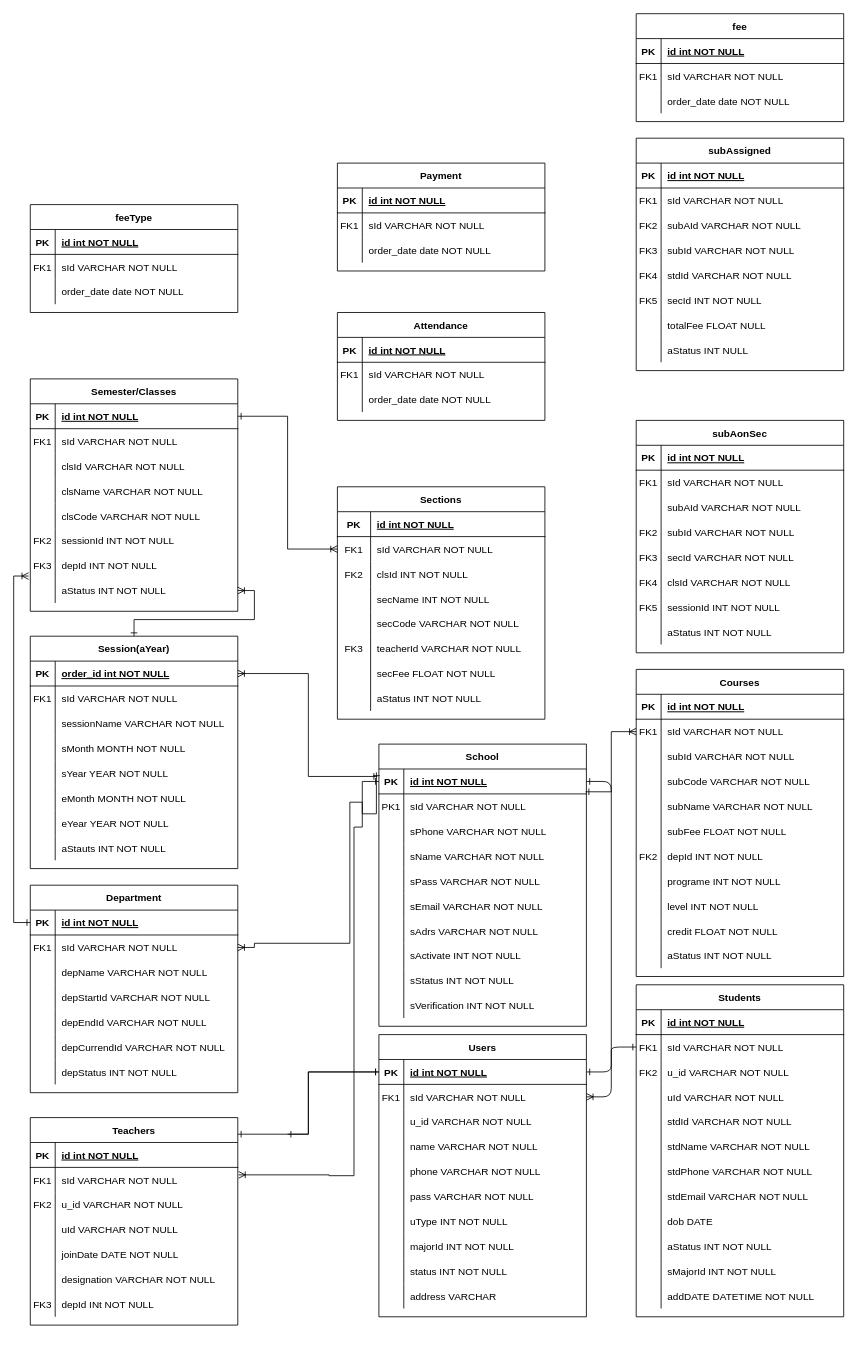
Before: Untitled Diagram.drawio in FF-Practice/FF_0, a draw.io diagram. Source tidied: cells renumbered, new cells numbered last; positions are measured from the earlier drawing's top-left corner, leaving out a move shared by most shapes. Both pictures are drawn from the tidied source at 83%, with x=0, y=0 at pixel (13, 13).
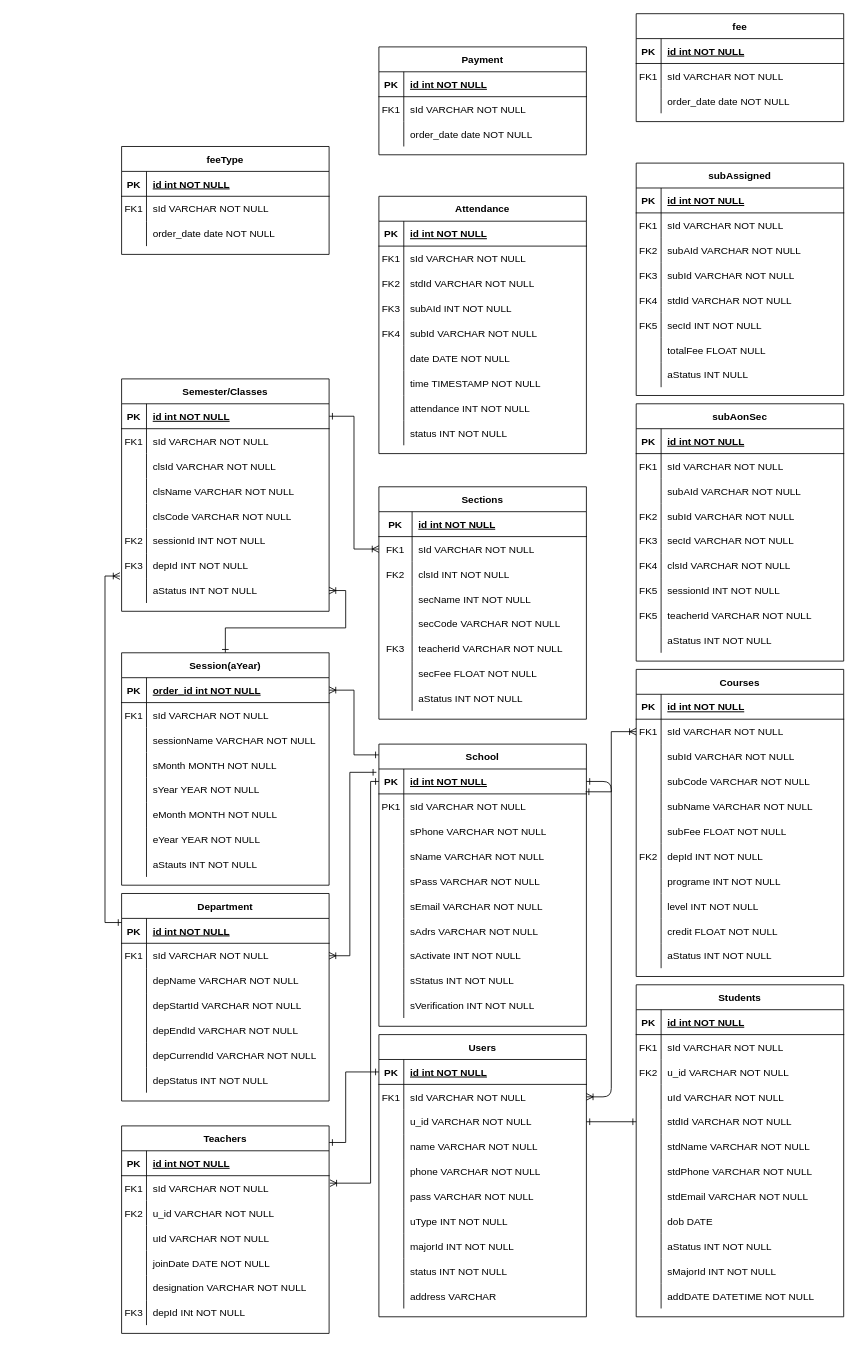
Above is the later version.

Unchanged cells that the change refers to:
```xml
<mxCell id="5" style="shape=partialRectangle;fillColor=none;points=[[0,0.5],[1,0.5]];portConstraint=eastwest;top=0;left=0;right=0;bottom=1;" parent="4" vertex="1">
  <mxGeometry y="30" width="250" height="30" as="geometry" />
</mxCell>
<mxCell id="11" style="shape=partialRectangle;fillColor=none;points=[[0,0.5],[1,0.5]];portConstraint=eastwest;top=0;left=0;right=0;bottom=0;" parent="4" vertex="1">
  <mxGeometry y="90" width="250" height="30" as="geometry" />
</mxCell>
<mxCell id="39" style="shape=partialRectangle;fillColor=none;points=[[0,0.5],[1,0.5]];portConstraint=eastwest;top=0;left=0;right=0;bottom=0;" parent="35" vertex="1">
  <mxGeometry y="60" width="250" height="30" as="geometry" />
</mxCell>
<mxCell id="48" style="shape=partialRectangle;fillColor=none;points=[[0,0.5],[1,0.5]];portConstraint=eastwest;top=0;left=0;right=0;bottom=0;" parent="35" vertex="1">
  <mxGeometry y="150" width="250" height="30" as="geometry" />
</mxCell>
<mxCell id="77" style="shape=partialRectangle;fillColor=none;points=[[0,0.5],[1,0.5]];portConstraint=eastwest;top=0;left=0;right=0;bottom=0;" parent="73" vertex="1">
  <mxGeometry y="60" width="250" height="30" as="geometry" />
</mxCell>
<mxCell id="97" style="shape=partialRectangle;fillColor=none;points=[[0,0.5],[1,0.5]];portConstraint=eastwest;top=0;left=0;right=0;bottom=1;" parent="96" vertex="1">
  <mxGeometry y="30" width="250" height="30" as="geometry" />
</mxCell>
<mxCell id="100" style="shape=partialRectangle;fillColor=none;points=[[0,0.5],[1,0.5]];portConstraint=eastwest;top=0;left=0;right=0;bottom=0;" parent="96" vertex="1">
  <mxGeometry y="60" width="250" height="30" as="geometry" />
</mxCell>
<mxCell id="120" style="shape=partialRectangle;fillColor=none;points=[[0,0.5],[1,0.5]];portConstraint=eastwest;top=0;left=0;right=0;bottom=1;" parent="119" vertex="1">
  <mxGeometry y="30" width="250" height="30" as="geometry" />
</mxCell>
<mxCell id="168" style="shape=partialRectangle;fillColor=none;points=[[0,0.5],[1,0.5]];portConstraint=eastwest;top=0;left=0;right=0;bottom=0;" parent="146" vertex="1">
  <mxGeometry y="240" width="250" height="30" as="geometry" />
</mxCell>
<mxCell id="307" style="shape=partialRectangle;fillColor=none;top=0;left=0;right=0;bottom=0;" parent="300" vertex="1">
  <mxGeometry y="90" width="250" height="30" as="geometry" />
</mxCell>
<mxCell id="321" value="School" style="shape=table;startSize=30;childLayout=tableLayout;rowLines=0;fontStyle=1;align=center;" parent="1" vertex="1">
  <mxGeometry x="440" y="880" width="250" height="340" as="geometry" />
</mxCell>
<mxCell id="322" style="shape=partialRectangle;fillColor=none;points=[[0,0.5],[1,0.5]];portConstraint=eastwest;top=0;left=0;right=0;bottom=1;" parent="321" vertex="1">
  <mxGeometry y="30" width="250" height="30" as="geometry" />
</mxCell>
```

Change to the diagram source:
```diff
@@
-    <mxCell id="3" style="edgeStyle=entityRelationEdgeStyle;endArrow=ERone;startArrow=ERone;endFill=0;startFill=0;" parent="1" edge="1" source="5" target="39">
-      <mxGeometry relative="1" as="geometry">
-        <Array as="points">
-          <mxPoint x="710" y="1240" />
-        </Array>
-      </mxGeometry>
-    </mxCell>
@@
     <mxCell id="72" style="edgeStyle=orthogonalEdgeStyle;rounded=0;jettySize=auto;html=1;entryX=0;entryY=0.5;entryDx=0;entryDy=0;endArrow=ERone;endFill=0;startArrow=ERoneToMany;startFill=0;exitX=1.004;exitY=0.3;exitDx=0;exitDy=0;exitPerimeter=0;" parent="1" edge="1" source="77" target="322">
       <mxGeometry relative="1" as="geometry">
         <Array as="points">
-          <mxPoint x="380" y="1399" />
-          <mxPoint x="380" y="1400" />
-          <mxPoint x="410" y="1400" />
-          <mxPoint x="410" y="980" />
-          <mxPoint x="420" y="980" />
-          <mxPoint x="420" y="925" />
+          <mxPoint x="430" y="1409" />
+          <mxPoint x="430" y="925" />
         </Array>
       </mxGeometry>
     </mxCell>
     <mxCell id="73" value="Teachers" style="shape=table;startSize=30;childLayout=tableLayout;rowLines=0;fontStyle=1;align=center;" parent="1" vertex="1">
-      <mxGeometry x="20" y="1330" width="250" height="250" as="geometry" />
+      <mxGeometry x="130" y="1340" width="250" height="250" as="geometry" />
     </mxCell>
@@
-    <mxCell id="95" style="edgeStyle=orthogonalEdgeStyle;rounded=0;jettySize=auto;html=1;endArrow=ERone;endFill=0;startArrow=ERone;startFill=0;" parent="1" edge="1" source="5">
-      <mxGeometry relative="1" as="geometry">
-        <mxPoint x="330" y="1350" as="targetPoint" />
-        <Array as="points">
-          <mxPoint x="355" y="1275" />
-          <mxPoint x="355" y="1350" />
-        </Array>
-      </mxGeometry>
-    </mxCell>
     <mxCell id="96" value="Department" style="shape=table;startSize=30;childLayout=tableLayout;rowLines=0;fontStyle=1;align=center;" parent="1" vertex="1">
-      <mxGeometry x="20" y="1050" width="250" height="250" as="geometry" />
+      <mxGeometry x="130" y="1060" width="250" height="250" as="geometry" />
     </mxCell>
@@
     <mxCell id="119" value="Session(aYear)" style="shape=table;startSize=30;childLayout=tableLayout;rowLines=0;fontStyle=1;align=center;" parent="1" vertex="1">
-      <mxGeometry x="20" y="750" width="250" height="280" as="geometry" />
+      <mxGeometry x="130" y="770" width="250" height="280" as="geometry" />
     </mxCell>
@@
     <mxCell id="144" style="edgeStyle=orthogonalEdgeStyle;rounded=0;jettySize=auto;html=1;entryX=-0.012;entryY=0.133;entryDx=0;entryDy=0;entryPerimeter=0;endArrow=ERone;endFill=0;startArrow=ERoneToMany;startFill=0;exitX=1;exitY=0.5;exitDx=0;exitDy=0;" parent="1" edge="1" source="100" target="322">
       <mxGeometry relative="1" as="geometry">
         <Array as="points">
-          <mxPoint x="290" y="1125" />
-          <mxPoint x="290" y="1120" />
-          <mxPoint x="405" y="1120" />
-          <mxPoint x="405" y="950" />
-          <mxPoint x="420" y="950" />
-          <mxPoint x="420" y="964" />
-          <mxPoint x="437" y="964" />
+          <mxPoint x="405" y="1135" />
+          <mxPoint x="405" y="914" />
         </Array>
       </mxGeometry>
     </mxCell>
-    <mxCell id="145" style="edgeStyle=orthogonalEdgeStyle;rounded=0;jettySize=auto;html=1;entryX=-0.008;entryY=0.3;entryDx=0;entryDy=0;entryPerimeter=0;endArrow=ERone;endFill=0;startArrow=ERoneToMany;startFill=0;" parent="1" edge="1" source="120" target="322">
-      <mxGeometry relative="1" as="geometry" />
+    <mxCell id="145" style="edgeStyle=orthogonalEdgeStyle;rounded=0;jettySize=auto;html=1;endArrow=ERone;endFill=0;startArrow=ERoneToMany;startFill=0;" parent="1" edge="1" source="120" target="321">
+      <mxGeometry relative="1" as="geometry">
+        <Array as="points">
+          <mxPoint x="410" y="815" />
+          <mxPoint x="410" y="893" />
+        </Array>
+      </mxGeometry>
     </mxCell>
     <mxCell id="146" value="Semester/Classes" style="shape=table;startSize=30;childLayout=tableLayout;rowLines=0;fontStyle=1;align=center;" parent="1" vertex="1">
-      <mxGeometry x="20" y="440" width="250" height="280" as="geometry" />
+      <mxGeometry x="130" y="440" width="250" height="280" as="geometry" />
     </mxCell>
@@
     <mxCell id="171" value="Sections" style="shape=table;startSize=30;childLayout=tableLayout;rowLines=0;fontStyle=1;align=center;" parent="1" vertex="1">
-      <mxGeometry x="390" y="570" width="250" height="280" as="geometry" />
+      <mxGeometry x="440" y="570" width="250" height="280" as="geometry" />
     </mxCell>
@@
     <mxCell id="196" value="subAonSec" style="shape=table;startSize=30;childLayout=tableLayout;rowLines=0;fontStyle=1;align=center;" parent="1" vertex="1">
-      <mxGeometry x="750" y="490" width="250" height="280" as="geometry" />
+      <mxGeometry x="750" y="470" width="250" height="310" as="geometry" />
     </mxCell>
@@
+    <mxCell id="355" style="shape=partialRectangle;fillColor=none;top=0;left=0;right=0;bottom=0;" parent="196" vertex="1">
+      <mxGeometry y="240" width="250" height="30" as="geometry" />
+    </mxCell>
+    <mxCell id="356" value="FK5" style="shape=partialRectangle;overflow=hidden;fillColor=none;top=0;left=0;bottom=0;right=0;" parent="355" vertex="1">
+      <mxGeometry width="30" height="30" as="geometry" />
+    </mxCell>
+    <mxCell id="357" value="teacherId VARCHAR NOT NULL" style="shape=partialRectangle;overflow=hidden;fillColor=none;top=0;left=0;bottom=0;right=0;align=left;spacingLeft=6;" parent="355" vertex="1">
+      <mxGeometry x="30" width="220" height="30" as="geometry" />
+    </mxCell>
     <mxCell id="218" style="shape=partialRectangle;fillColor=none;top=0;left=0;right=0;bottom=0;" parent="196" vertex="1">
-      <mxGeometry y="240" width="250" height="30" as="geometry" />
+      <mxGeometry y="270" width="250" height="30" as="geometry" />
     </mxCell>
@@
     <mxCell id="255" value="subAssigned" style="shape=table;startSize=30;childLayout=tableLayout;rowLines=0;fontStyle=1;align=center;" parent="1" vertex="1">
-      <mxGeometry x="750" y="150" width="250" height="280" as="geometry" />
+      <mxGeometry x="750" y="180" width="250" height="280" as="geometry" />
     </mxCell>
@@
     <mxCell id="280" value="Payment" style="shape=table;startSize=30;childLayout=tableLayout;rowLines=0;fontStyle=1;align=center;" parent="1" vertex="1">
-      <mxGeometry x="390" y="180" width="250" height="130" as="geometry" />
+      <mxGeometry x="440" y="40" width="250" height="130" as="geometry" />
     </mxCell>
@@
     <mxCell id="300" value="Attendance" style="shape=table;startSize=30;childLayout=tableLayout;rowLines=0;fontStyle=1;align=center;" parent="1" vertex="1">
-      <mxGeometry x="390" y="360" width="250" height="130" as="geometry" />
+      <mxGeometry x="440" y="220" width="250" height="310" as="geometry" />
     </mxCell>
@@
-    <mxCell id="308" style="shape=partialRectangle;overflow=hidden;fillColor=none;top=0;left=0;bottom=0;right=0;" parent="307" vertex="1">
+    <mxCell id="308" value="FK2" style="shape=partialRectangle;overflow=hidden;fillColor=none;top=0;left=0;bottom=0;right=0;" parent="307" vertex="1">
       <mxGeometry width="30" height="30" as="geometry" />
     </mxCell>
-    <mxCell id="309" value="order_date date NOT NULL" style="shape=partialRectangle;overflow=hidden;fillColor=none;top=0;left=0;bottom=0;right=0;align=left;spacingLeft=6;" parent="307" vertex="1">
+    <mxCell id="309" value="stdId VARCHAR NOT NULL" style="shape=partialRectangle;overflow=hidden;fillColor=none;top=0;left=0;bottom=0;right=0;align=left;spacingLeft=6;" parent="307" vertex="1">
       <mxGeometry x="30" width="220" height="30" as="geometry" />
     </mxCell>
+    <mxCell id="358" style="shape=partialRectangle;fillColor=none;top=0;left=0;right=0;bottom=0;" parent="300" vertex="1">
+      <mxGeometry y="120" width="250" height="30" as="geometry" />
+    </mxCell>
+    <mxCell id="359" value="FK3" style="shape=partialRectangle;overflow=hidden;fillColor=none;top=0;left=0;bottom=0;right=0;" parent="358" vertex="1">
+      <mxGeometry width="30" height="30" as="geometry" />
+    </mxCell>
+    <mxCell id="360" value="subAId INT NOT NULL" style="shape=partialRectangle;overflow=hidden;fillColor=none;top=0;left=0;bottom=0;right=0;align=left;spacingLeft=6;" parent="358" vertex="1">
+      <mxGeometry x="30" width="220" height="30" as="geometry" />
+    </mxCell>
+    <mxCell id="361" style="shape=partialRectangle;fillColor=none;top=0;left=0;right=0;bottom=0;" parent="300" vertex="1">
+      <mxGeometry y="150" width="250" height="30" as="geometry" />
+    </mxCell>
+    <mxCell id="362" value="FK4" style="shape=partialRectangle;overflow=hidden;fillColor=none;top=0;left=0;bottom=0;right=0;" parent="361" vertex="1">
+      <mxGeometry width="30" height="30" as="geometry" />
+    </mxCell>
+    <mxCell id="363" value="subId VARCHAR NOT NULL" style="shape=partialRectangle;overflow=hidden;fillColor=none;top=0;left=0;bottom=0;right=0;align=left;spacingLeft=6;" parent="361" vertex="1">
+      <mxGeometry x="30" width="220" height="30" as="geometry" />
+    </mxCell>
+    <mxCell id="364" style="shape=partialRectangle;fillColor=none;top=0;left=0;right=0;bottom=0;" parent="300" vertex="1">
+      <mxGeometry y="180" width="250" height="30" as="geometry" />
+    </mxCell>
+    <mxCell id="365" style="shape=partialRectangle;overflow=hidden;fillColor=none;top=0;left=0;bottom=0;right=0;" parent="364" vertex="1">
+      <mxGeometry width="30" height="30" as="geometry" />
+    </mxCell>
+    <mxCell id="366" value="date DATE NOT NULL" style="shape=partialRectangle;overflow=hidden;fillColor=none;top=0;left=0;bottom=0;right=0;align=left;spacingLeft=6;" parent="364" vertex="1">
+      <mxGeometry x="30" width="220" height="30" as="geometry" />
+    </mxCell>
+    <mxCell id="367" style="shape=partialRectangle;fillColor=none;top=0;left=0;right=0;bottom=0;" parent="300" vertex="1">
+      <mxGeometry y="210" width="250" height="30" as="geometry" />
+    </mxCell>
+    <mxCell id="368" style="shape=partialRectangle;overflow=hidden;fillColor=none;top=0;left=0;bottom=0;right=0;" parent="367" vertex="1">
+      <mxGeometry width="30" height="30" as="geometry" />
+    </mxCell>
+    <mxCell id="369" value="time TIMESTAMP NOT NULL" style="shape=partialRectangle;overflow=hidden;fillColor=none;top=0;left=0;bottom=0;right=0;align=left;spacingLeft=6;" parent="367" vertex="1">
+      <mxGeometry x="30" width="220" height="30" as="geometry" />
+    </mxCell>
+    <mxCell id="370" style="shape=partialRectangle;fillColor=none;top=0;left=0;right=0;bottom=0;" parent="300" vertex="1">
+      <mxGeometry y="240" width="250" height="30" as="geometry" />
+    </mxCell>
+    <mxCell id="371" style="shape=partialRectangle;overflow=hidden;fillColor=none;top=0;left=0;bottom=0;right=0;" parent="370" vertex="1">
+      <mxGeometry width="30" height="30" as="geometry" />
+    </mxCell>
+    <mxCell id="372" value="attendance INT NOT NULL" style="shape=partialRectangle;overflow=hidden;fillColor=none;top=0;left=0;bottom=0;right=0;align=left;spacingLeft=6;" parent="370" vertex="1">
+      <mxGeometry x="30" width="220" height="30" as="geometry" />
+    </mxCell>
+    <mxCell id="373" style="shape=partialRectangle;fillColor=none;top=0;left=0;right=0;bottom=0;" parent="300" vertex="1">
+      <mxGeometry y="270" width="250" height="30" as="geometry" />
+    </mxCell>
+    <mxCell id="374" style="shape=partialRectangle;overflow=hidden;fillColor=none;top=0;left=0;bottom=0;right=0;" parent="373" vertex="1">
+      <mxGeometry width="30" height="30" as="geometry" />
+    </mxCell>
+    <mxCell id="375" value="status INT NOT NULL" style="shape=partialRectangle;overflow=hidden;fillColor=none;top=0;left=0;bottom=0;right=0;align=left;spacingLeft=6;" parent="373" vertex="1">
+      <mxGeometry x="30" width="220" height="30" as="geometry" />
+    </mxCell>
     <mxCell id="310" value="feeType" style="shape=table;startSize=30;childLayout=tableLayout;rowLines=0;fontStyle=1;align=center;" parent="1" vertex="1">
-      <mxGeometry x="20" y="230" width="250" height="130" as="geometry" />
+      <mxGeometry x="130" y="160" width="250" height="130" as="geometry" />
     </mxCell>
@@
     <mxCell id="353" style="edgeStyle=orthogonalEdgeStyle;rounded=0;jettySize=auto;html=1;entryX=-0.008;entryY=-0.082;entryDx=0;entryDy=0;entryPerimeter=0;endArrow=ERoneToMany;endFill=0;startArrow=ERone;startFill=0;" parent="1" edge="1" source="97" target="168">
       <mxGeometry relative="1" as="geometry">
         <Array as="points">
-          <mxPoint y="1095" />
-          <mxPoint y="678" />
+          <mxPoint x="110" y="1095" />
+          <mxPoint x="110" y="678" />
         </Array>
       </mxGeometry>
     </mxCell>
     <mxCell id="354" style="edgeStyle=orthogonalEdgeStyle;rounded=0;jettySize=auto;html=1;endArrow=ERone;endFill=0;startArrow=ERone;startFill=0;entryX=1;entryY=0.08;entryDx=0;entryDy=0;entryPerimeter=0;" parent="1" edge="1" source="5" target="73">
       <mxGeometry relative="1" as="geometry">
         <Array as="points">
-          <mxPoint x="355" y="1275" />
-          <mxPoint x="355" y="1350" />
+          <mxPoint x="400" y="1275" />
+          <mxPoint x="400" y="1360" />
         </Array>
       </mxGeometry>
     </mxCell>
+    <mxCell id="376" style="edgeStyle=orthogonalEdgeStyle;rounded=0;jettySize=auto;html=1;exitX=0;exitY=0.5;exitDx=0;exitDy=0;entryX=1;entryY=0.5;entryDx=0;entryDy=0;endArrow=ERone;endFill=0;startArrow=ERone;startFill=0;" parent="1" edge="1" source="48" target="11">
+      <mxGeometry relative="1" as="geometry" />
+    </mxCell>
```
